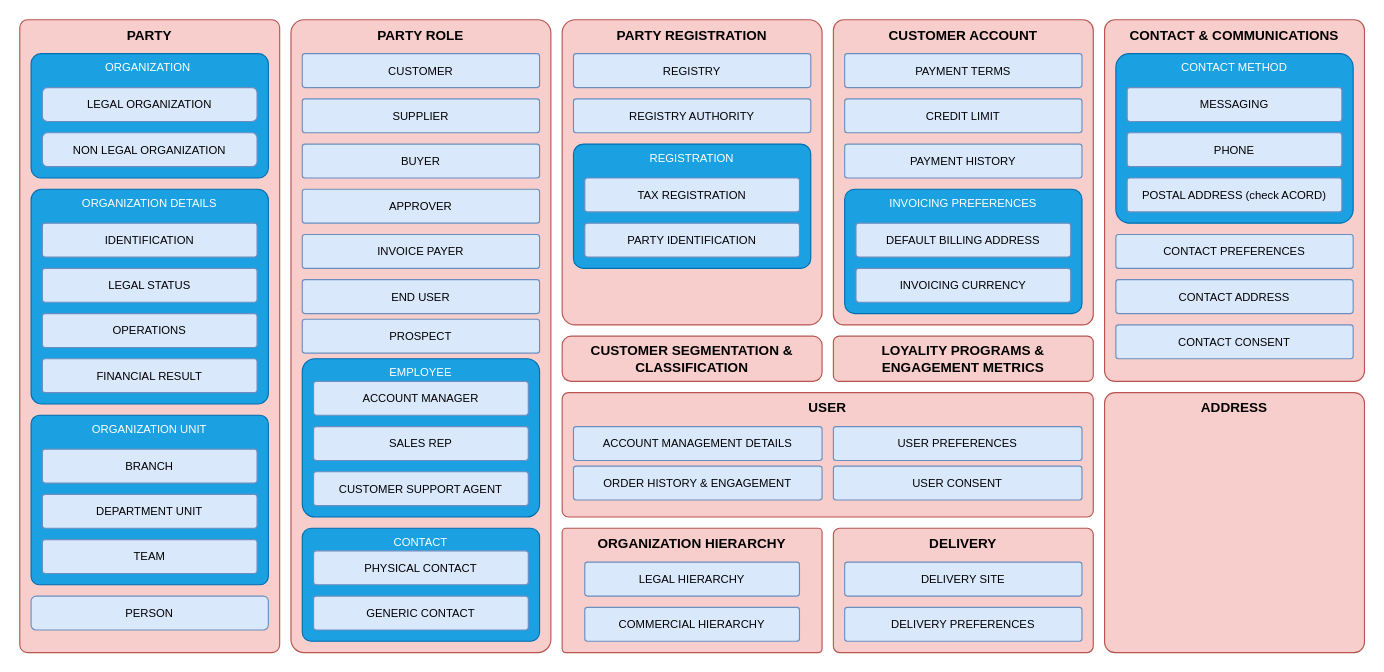
Before: page "Customer Functional Area" (5 of 5) of docs/modeling/Customer-Manutan.drawio in pastel-gbetoho/PastelGbetoho-data-library, a draw.io diagram. Source tidied: cells renumbered, new cells numbered last; positions are measured from the earlier drawing's top-left corner, leaving out a move shared by most shapes. Both pictures are drawn from the tidied source at 113%, with x=0, y=0 at pixel (19, 19).
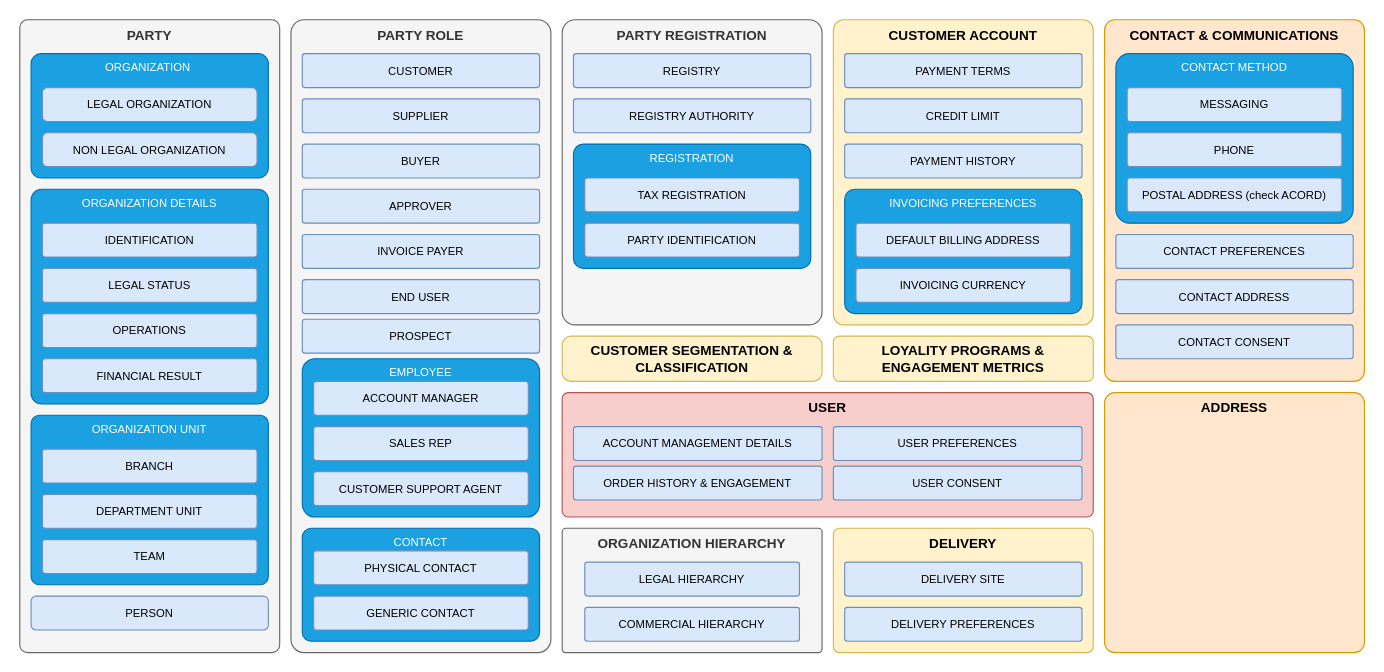
Above is the later version.

The edit, as a diff of the source:
```diff
@@
-    <mxCell id="2" value="PARTY" style="rounded=1;whiteSpace=wrap;html=1;fillColor=#f8cecc;strokeColor=#b85450;arcSize=3;verticalAlign=top;fontSize=12;fontStyle=1;" parent="1" vertex="1">
+    <mxCell id="2" value="PARTY" style="rounded=1;whiteSpace=wrap;html=1;fillColor=#f5f5f5;strokeColor=#666666;arcSize=3;verticalAlign=top;fontSize=12;fontStyle=1;fontColor=#333333;" parent="1" vertex="1">
       <mxGeometry width="230" height="560" as="geometry" />
     </mxCell>
@@
-    <mxCell id="7" value="PARTY ROLE" style="rounded=1;whiteSpace=wrap;html=1;fillColor=#f8cecc;strokeColor=#b85450;arcSize=5;verticalAlign=top;fontSize=12;fontStyle=1;" parent="1" vertex="1">
+    <mxCell id="7" value="PARTY ROLE" style="rounded=1;whiteSpace=wrap;html=1;fillColor=#f5f5f5;strokeColor=#666666;arcSize=5;verticalAlign=top;fontSize=12;fontStyle=1;fontColor=#333333;" parent="1" vertex="1">
       <mxGeometry x="240" width="230" height="560" as="geometry" />
     </mxCell>
@@
-    <mxCell id="17" value="PARTY REGISTRATION" style="rounded=1;whiteSpace=wrap;html=1;fillColor=#f8cecc;strokeColor=#b85450;arcSize=5;verticalAlign=top;fontSize=12;fontStyle=1;" parent="1" vertex="1">
+    <mxCell id="17" value="PARTY REGISTRATION" style="rounded=1;whiteSpace=wrap;html=1;fillColor=#f5f5f5;strokeColor=#666666;arcSize=5;verticalAlign=top;fontSize=12;fontStyle=1;fontColor=#333333;" parent="1" vertex="1">
       <mxGeometry x="480" width="230" height="270" as="geometry" />
     </mxCell>
@@
-    <mxCell id="23" value="CUSTOMER ACCOUNT" style="rounded=1;whiteSpace=wrap;html=1;fillColor=#f8cecc;strokeColor=#b85450;arcSize=4;verticalAlign=top;fontSize=12;fontStyle=1;" parent="1" vertex="1">
+    <mxCell id="23" value="CUSTOMER ACCOUNT" style="rounded=1;whiteSpace=wrap;html=1;fillColor=#fff2cc;strokeColor=#d6b656;arcSize=4;verticalAlign=top;fontSize=12;fontStyle=1;" parent="1" vertex="1">
       <mxGeometry x="720" width="230" height="270" as="geometry" />
     </mxCell>
@@
-    <mxCell id="30" value="CUSTOMER SEGMENTATION &amp;amp; CLASSIFICATION" style="rounded=1;whiteSpace=wrap;html=1;fillColor=#f8cecc;strokeColor=#b85450;arcSize=20;verticalAlign=middle;fontSize=12;fontStyle=1;" parent="1" vertex="1">
+    <mxCell id="30" value="CUSTOMER SEGMENTATION &amp;amp; CLASSIFICATION" style="rounded=1;whiteSpace=wrap;html=1;fillColor=#fff2cc;strokeColor=#d6b656;arcSize=20;verticalAlign=middle;fontSize=12;fontStyle=1;" parent="1" vertex="1">
       <mxGeometry x="480" y="280" width="230" height="40" as="geometry" />
     </mxCell>
-    <mxCell id="31" value="LOYALITY PROGRAMS &amp;amp; ENGAGEMENT METRICS" style="rounded=1;whiteSpace=wrap;html=1;fillColor=#f8cecc;strokeColor=#b85450;arcSize=13;verticalAlign=middle;fontSize=12;fontStyle=1;" parent="1" vertex="1">
+    <mxCell id="31" value="LOYALITY PROGRAMS &amp;amp; ENGAGEMENT METRICS" style="rounded=1;whiteSpace=wrap;html=1;fillColor=#fff2cc;strokeColor=#d6b656;arcSize=13;verticalAlign=middle;fontSize=12;fontStyle=1;" parent="1" vertex="1">
       <mxGeometry x="720" y="280" width="230" height="40" as="geometry" />
     </mxCell>
@@
-    <mxCell id="37" value="ORGANIZATION HIERARCHY" style="rounded=1;whiteSpace=wrap;html=1;fillColor=#f8cecc;strokeColor=#b85450;arcSize=3;verticalAlign=top;fontSize=12;fontStyle=1;" parent="1" vertex="1">
+    <mxCell id="37" value="ORGANIZATION HIERARCHY" style="rounded=1;whiteSpace=wrap;html=1;fillColor=#f5f5f5;strokeColor=#666666;arcSize=3;verticalAlign=top;fontSize=12;fontStyle=1;fontColor=#333333;" parent="1" vertex="1">
       <mxGeometry x="480" y="450" width="230" height="110" as="geometry" />
     </mxCell>
@@
-    <mxCell id="54" value="CONTACT &amp;amp; COMMUNICATIONS" style="rounded=1;whiteSpace=wrap;html=1;fillColor=#f8cecc;strokeColor=#b85450;arcSize=4;verticalAlign=top;fontSize=12;fontStyle=1;" parent="1" vertex="1">
+    <mxCell id="54" value="CONTACT &amp;amp; COMMUNICATIONS" style="rounded=1;whiteSpace=wrap;html=1;fillColor=#ffe6cc;strokeColor=#d79b00;arcSize=4;verticalAlign=top;fontSize=12;fontStyle=1;" parent="1" vertex="1">
       <mxGeometry x="960" width="230" height="320" as="geometry" />
     </mxCell>
@@
-    <mxCell id="62" value="DELIVERY" style="rounded=1;whiteSpace=wrap;html=1;fillColor=#f8cecc;strokeColor=#b85450;arcSize=5;verticalAlign=top;fontSize=12;fontStyle=1;" parent="1" vertex="1">
+    <mxCell id="62" value="DELIVERY" style="rounded=1;whiteSpace=wrap;html=1;fillColor=#fff2cc;strokeColor=#d6b656;arcSize=5;verticalAlign=top;fontSize=12;fontStyle=1;" parent="1" vertex="1">
       <mxGeometry x="720" y="450" width="230" height="110" as="geometry" />
     </mxCell>
@@
-    <mxCell id="65" value="ADDRESS" style="rounded=1;whiteSpace=wrap;html=1;fillColor=#f8cecc;strokeColor=#b85450;arcSize=4;verticalAlign=top;fontSize=12;fontStyle=1;" parent="1" vertex="1">
+    <mxCell id="65" value="ADDRESS" style="rounded=1;whiteSpace=wrap;html=1;fillColor=#ffe6cc;strokeColor=#d79b00;arcSize=4;verticalAlign=top;fontSize=12;fontStyle=1;" parent="1" vertex="1">
       <mxGeometry x="960" y="330" width="230" height="230" as="geometry" />
     </mxCell>
```
